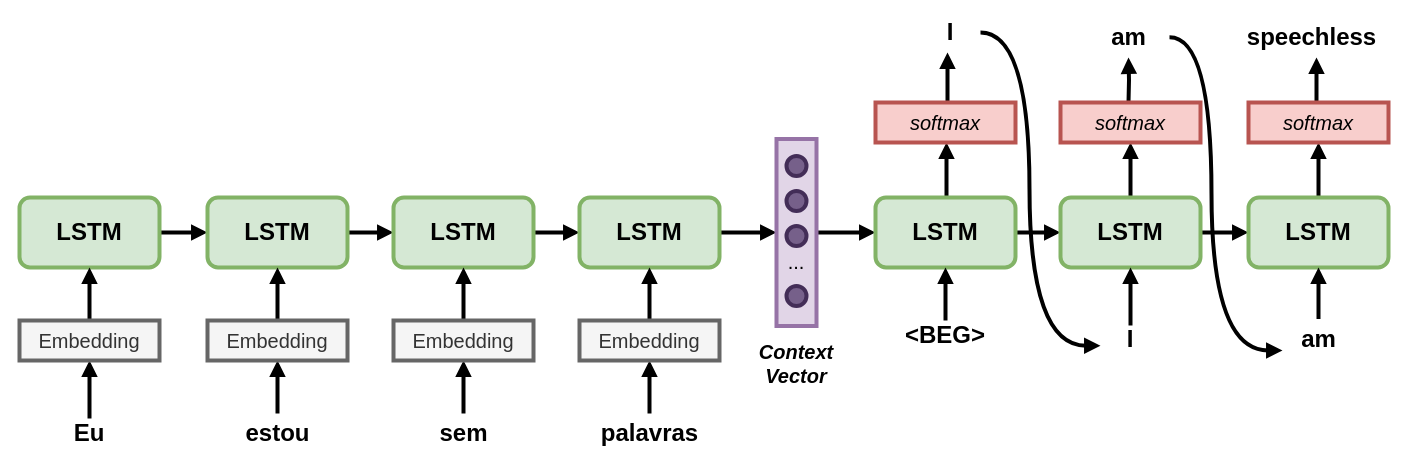
Above: machinetranslation.drawio in viniciusrpb/drawio_flowcharts (draw.io), before the change. Source tidied: cells renumbered, new cells numbered last; positions are measured from the earlier drawing's top-left corner, leaving out a move shared by most shapes. Both pictures are drawn from the tidied source at 100%, with x=0, y=0 at pixel (19, 17).
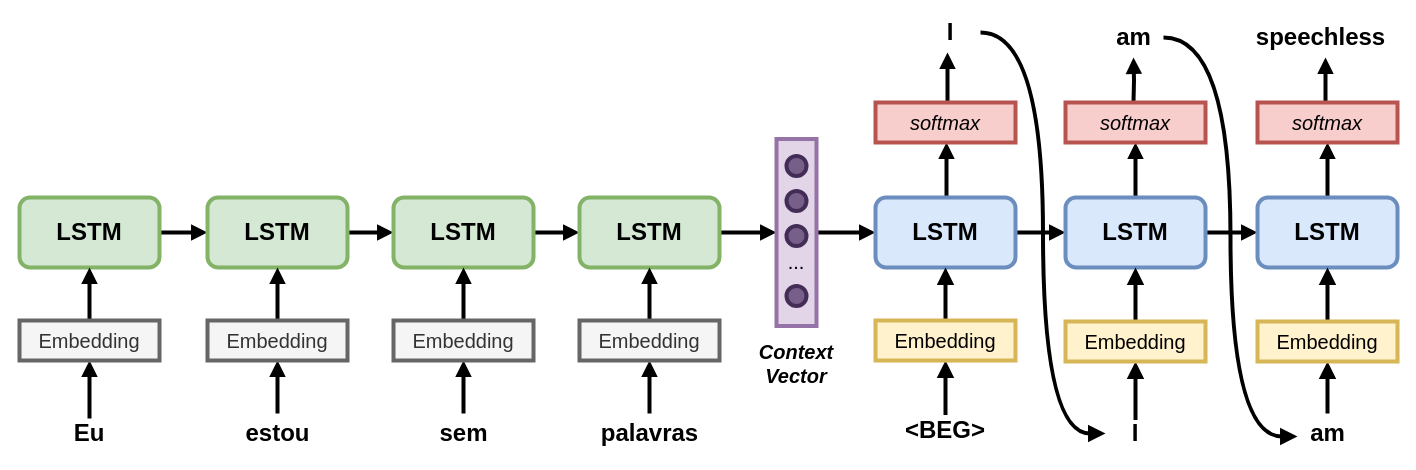
The same diagram, later.

Unchanged cells that the change refers to:
```xml
<mxCell id="11" value="I" style="text;html=1;strokeColor=none;fillColor=none;align=center;verticalAlign=middle;whiteSpace=wrap;rounded=0;fontSize=24;fontStyle=1;" parent="1" vertex="1">
  <mxGeometry x="901" width="60" height="30" as="geometry" />
</mxCell>
```

The edit, as a diff of the source:
```diff
@@
-    <mxCell id="10" style="edgeStyle=orthogonalEdgeStyle;curved=1;jettySize=auto;html=1;entryX=0;entryY=0.75;entryDx=0;entryDy=0;strokeWidth=4;fontSize=24;endArrow=block;endFill=1;" parent="1" edge="1" source="11" target="55">
-      <mxGeometry relative="1" as="geometry">
-        <Array as="points">
-          <mxPoint x="1010" y="15" />
-          <mxPoint x="1010" y="328" />
-        </Array>
-      </mxGeometry>
+    <mxCell id="10" style="edgeStyle=orthogonalEdgeStyle;rounded=0;jettySize=auto;html=1;entryX=0;entryY=0.5;entryDx=0;entryDy=0;strokeWidth=4;endArrow=block;endFill=1;endSize=7;curved=1;" parent="1" edge="1" source="11" target="55">
+      <mxGeometry relative="1" as="geometry" />
     </mxCell>
@@
+    <mxCell id="59" style="edgeStyle=orthogonalEdgeStyle;curved=1;rounded=0;jettySize=auto;html=1;entryX=0;entryY=0.575;entryDx=0;entryDy=0;entryPerimeter=0;strokeWidth=4;endArrow=block;endFill=1;endSize=7;" parent="1" edge="1" source="12" target="58">
+      <mxGeometry relative="1" as="geometry" />
+    </mxCell>
     <mxCell id="12" value="am" style="text;html=1;align=center;verticalAlign=middle;points=[];strokeColor=none;fillColor=none;fontSize=24;fontStyle=1;" parent="1" vertex="1">
-      <mxGeometry x="1079" width="60" height="40" as="geometry" />
+      <mxGeometry x="1084" width="60" height="40" as="geometry" />
     </mxCell>
     <mxCell id="13" value="speechless" style="text;html=1;align=center;verticalAlign=middle;strokeColor=none;fillColor=none;fontSize=24;fontStyle=1;" parent="1" vertex="1">
-      <mxGeometry x="1217" width="150" height="40" as="geometry" />
+      <mxGeometry x="1226" width="150" height="40" as="geometry" />
     </mxCell>
@@
-    <mxCell id="34" value="&lt;b&gt;LSTM&lt;/b&gt;" style="rounded=1;whiteSpace=wrap;html=1;fontSize=24;strokeWidth=4;fillColor=#d5e8d4;strokeColor=#82b366;" parent="1" vertex="1">
+    <mxCell id="34" value="&lt;b&gt;LSTM&lt;/b&gt;" style="rounded=1;whiteSpace=wrap;html=1;fontSize=24;strokeWidth=4;fillColor=#dae8fc;strokeColor=#6c8ebf;" parent="1" vertex="1">
       <mxGeometry x="856" y="180" width="140" height="70" as="geometry" />
     </mxCell>
@@
-    <mxCell id="37" value="&lt;b&gt;LSTM&lt;/b&gt;" style="rounded=1;whiteSpace=wrap;html=1;fontSize=24;strokeWidth=4;fillColor=#d5e8d4;strokeColor=#82b366;" parent="1" vertex="1">
-      <mxGeometry x="1041" y="180" width="140" height="70" as="geometry" />
+    <mxCell id="37" value="&lt;b&gt;LSTM&lt;/b&gt;" style="rounded=1;whiteSpace=wrap;html=1;fontSize=24;strokeWidth=4;fillColor=#dae8fc;strokeColor=#6c8ebf;" parent="1" vertex="1">
+      <mxGeometry x="1046" y="180" width="140" height="70" as="geometry" />
     </mxCell>
@@
-    <mxCell id="39" value="&lt;b&gt;LSTM&lt;/b&gt;" style="rounded=1;whiteSpace=wrap;html=1;fontSize=24;strokeWidth=4;fillColor=#d5e8d4;strokeColor=#82b366;" parent="1" vertex="1">
-      <mxGeometry x="1229" y="180" width="140" height="70" as="geometry" />
+    <mxCell id="39" value="&lt;b&gt;LSTM&lt;/b&gt;" style="rounded=1;whiteSpace=wrap;html=1;fontSize=24;strokeWidth=4;fillColor=#dae8fc;strokeColor=#6c8ebf;" parent="1" vertex="1">
+      <mxGeometry x="1238" y="180" width="140" height="70" as="geometry" />
     </mxCell>
@@
     <mxCell id="42" style="edgeStyle=orthogonalEdgeStyle;rounded=0;jettySize=auto;html=1;strokeWidth=4;fontSize=20;endArrow=block;endFill=1;" parent="1" edge="1" target="12">
       <mxGeometry relative="1" as="geometry">
-        <mxPoint x="1109" y="85" as="sourcePoint" />
+        <mxPoint x="1114" y="85" as="sourcePoint" />
       </mxGeometry>
     </mxCell>
     <mxCell id="43" value="&lt;i&gt;softmax&lt;/i&gt;" style="rounded=0;whiteSpace=wrap;html=1;strokeWidth=4;fontSize=20;fillColor=#f8cecc;strokeColor=#b85450;" parent="1" vertex="1">
-      <mxGeometry x="1041" y="85" width="140" height="40" as="geometry" />
+      <mxGeometry x="1046" y="85" width="140" height="40" as="geometry" />
     </mxCell>
     <mxCell id="44" style="edgeStyle=orthogonalEdgeStyle;rounded=0;orthogonalLoop=1;jettySize=auto;html=1;strokeWidth=4;fontSize=20;endArrow=block;endFill=1;" parent="1" edge="1">
       <mxGeometry relative="1" as="geometry">
-        <mxPoint x="1297" y="85" as="sourcePoint" />
-        <mxPoint x="1297" y="40" as="targetPoint" />
+        <mxPoint x="1306" y="85" as="sourcePoint" />
+        <mxPoint x="1306" y="40" as="targetPoint" />
       </mxGeometry>
     </mxCell>
     <mxCell id="45" value="&lt;i&gt;softmax&lt;/i&gt;" style="rounded=0;whiteSpace=wrap;html=1;strokeWidth=4;fontSize=20;fillColor=#f8cecc;strokeColor=#b85450;" parent="1" vertex="1">
-      <mxGeometry x="1229" y="85" width="140" height="40" as="geometry" />
+      <mxGeometry x="1238" y="85" width="140" height="40" as="geometry" />
     </mxCell>
@@
-    <mxCell id="52" style="edgeStyle=orthogonalEdgeStyle;rounded=0;jettySize=auto;html=1;entryX=0.5;entryY=1;entryDx=0;entryDy=0;strokeWidth=4;fontSize=24;endArrow=block;endFill=1;" parent="1" edge="1" source="53" target="34">
-      <mxGeometry relative="1" as="geometry" />
-    </mxCell>
+    <mxCell id="60" style="edgeStyle=orthogonalEdgeStyle;rounded=0;jettySize=auto;html=1;entryX=0.5;entryY=1;entryDx=0;entryDy=0;strokeWidth=4;endSize=7;endArrow=block;endFill=1;" parent="1" edge="1" source="53" target="64">
+      <mxGeometry relative="1" as="geometry" />
+    </mxCell>
     <mxCell id="53" value="&lt;b&gt;&lt;font style=&quot;font-size: 24px;&quot;&gt;&amp;lt;BEG&amp;gt;&lt;/font&gt;&lt;/b&gt;" style="text;html=1;strokeColor=none;fillColor=none;align=center;verticalAlign=middle;whiteSpace=wrap;rounded=0;strokeWidth=4;fontSize=20;" parent="1" vertex="1">
-      <mxGeometry x="896" y="303" width="60" height="30" as="geometry" />
+      <mxGeometry x="896" y="397.5" width="60" height="30" as="geometry" />
     </mxCell>
-    <mxCell id="54" style="edgeStyle=orthogonalEdgeStyle;curved=1;jettySize=auto;html=1;entryX=0.5;entryY=1;entryDx=0;entryDy=0;strokeWidth=4;fontSize=24;endArrow=block;endFill=1;" parent="1" edge="1" source="55" target="37">
-      <mxGeometry relative="1" as="geometry" />
-    </mxCell>
+    <mxCell id="61" style="edgeStyle=orthogonalEdgeStyle;rounded=0;jettySize=auto;html=1;entryX=0.5;entryY=1;entryDx=0;entryDy=0;strokeWidth=4;endSize=7;endArrow=block;endFill=1;" parent="1" edge="1" source="55" target="66">
+      <mxGeometry relative="1" as="geometry" />
+    </mxCell>
     <mxCell id="55" value="I" style="text;html=1;strokeColor=none;fillColor=none;align=center;verticalAlign=middle;whiteSpace=wrap;rounded=0;fontSize=24;fontStyle=1;" parent="1" vertex="1">
-      <mxGeometry x="1081" y="308" width="60" height="27" as="geometry" />
+      <mxGeometry x="1086" y="402.5" width="60" height="27" as="geometry" />
     </mxCell>
-    <mxCell id="56" style="edgeStyle=orthogonalEdgeStyle;curved=1;orthogonalLoop=1;jettySize=auto;html=1;entryX=0;entryY=0.75;entryDx=0;entryDy=0;strokeWidth=4;fontSize=24;endArrow=block;endFill=1;" parent="1" edge="1">
-      <mxGeometry relative="1" as="geometry">
-        <mxPoint x="1150" y="19.7" as="sourcePoint" />
-        <mxPoint x="1263" y="332.9" as="targetPoint" />
-        <Array as="points">
-          <mxPoint x="1192" y="19.7" />
-          <mxPoint x="1192" y="332.6" />
-        </Array>
-      </mxGeometry>
-    </mxCell>
-    <mxCell id="57" style="edgeStyle=orthogonalEdgeStyle;curved=1;jettySize=auto;html=1;entryX=0.5;entryY=1;entryDx=0;entryDy=0;strokeWidth=4;fontSize=24;endArrow=block;endFill=1;" parent="1" edge="1" source="58" target="39">
-      <mxGeometry relative="1" as="geometry" />
-    </mxCell>
+    <mxCell id="62" style="edgeStyle=orthogonalEdgeStyle;rounded=0;jettySize=auto;html=1;strokeWidth=4;endSize=7;endArrow=block;endFill=1;" parent="1" edge="1" source="58" target="68">
+      <mxGeometry relative="1" as="geometry" />
+    </mxCell>
     <mxCell id="58" value="am" style="text;html=1;align=center;verticalAlign=middle;points=[];strokeColor=none;fillColor=none;fontSize=24;fontStyle=1;" parent="1" vertex="1">
-      <mxGeometry x="1269" y="301.5" width="60" height="40" as="geometry" />
+      <mxGeometry x="1278" y="396" width="60" height="40" as="geometry" />
     </mxCell>
+    <mxCell id="63" style="edgeStyle=orthogonalEdgeStyle;rounded=0;jettySize=auto;html=1;entryX=0.5;entryY=1;entryDx=0;entryDy=0;strokeWidth=4;endArrow=block;endFill=1;endSize=7;" parent="1" edge="1" source="64" target="34">
+      <mxGeometry relative="1" as="geometry" />
+    </mxCell>
+    <mxCell id="64" value="Embedding" style="rounded=0;whiteSpace=wrap;html=1;strokeWidth=4;fontSize=20;fillColor=#fff2cc;strokeColor=#d6b656;" parent="1" vertex="1">
+      <mxGeometry x="856" y="303" width="140" height="40" as="geometry" />
+    </mxCell>
+    <mxCell id="65" style="edgeStyle=orthogonalEdgeStyle;rounded=0;jettySize=auto;html=1;entryX=0.5;entryY=1;entryDx=0;entryDy=0;strokeWidth=4;endArrow=block;endFill=1;endSize=7;" parent="1" edge="1" source="66" target="37">
+      <mxGeometry relative="1" as="geometry" />
+    </mxCell>
+    <mxCell id="66" value="Embedding" style="rounded=0;whiteSpace=wrap;html=1;strokeWidth=4;fontSize=20;fillColor=#fff2cc;strokeColor=#d6b656;" parent="1" vertex="1">
+      <mxGeometry x="1046" y="304" width="140" height="40" as="geometry" />
+    </mxCell>
+    <mxCell id="67" style="edgeStyle=orthogonalEdgeStyle;rounded=0;jettySize=auto;html=1;strokeWidth=4;endArrow=block;endFill=1;endSize=7;entryX=0.5;entryY=1;entryDx=0;entryDy=0;" parent="1" edge="1" source="68" target="39">
+      <mxGeometry relative="1" as="geometry" />
+    </mxCell>
+    <mxCell id="68" value="Embedding" style="rounded=0;whiteSpace=wrap;html=1;strokeWidth=4;fontSize=20;fillColor=#fff2cc;strokeColor=#d6b656;" parent="1" vertex="1">
+      <mxGeometry x="1238" y="304" width="140" height="40" as="geometry" />
+    </mxCell>
```
